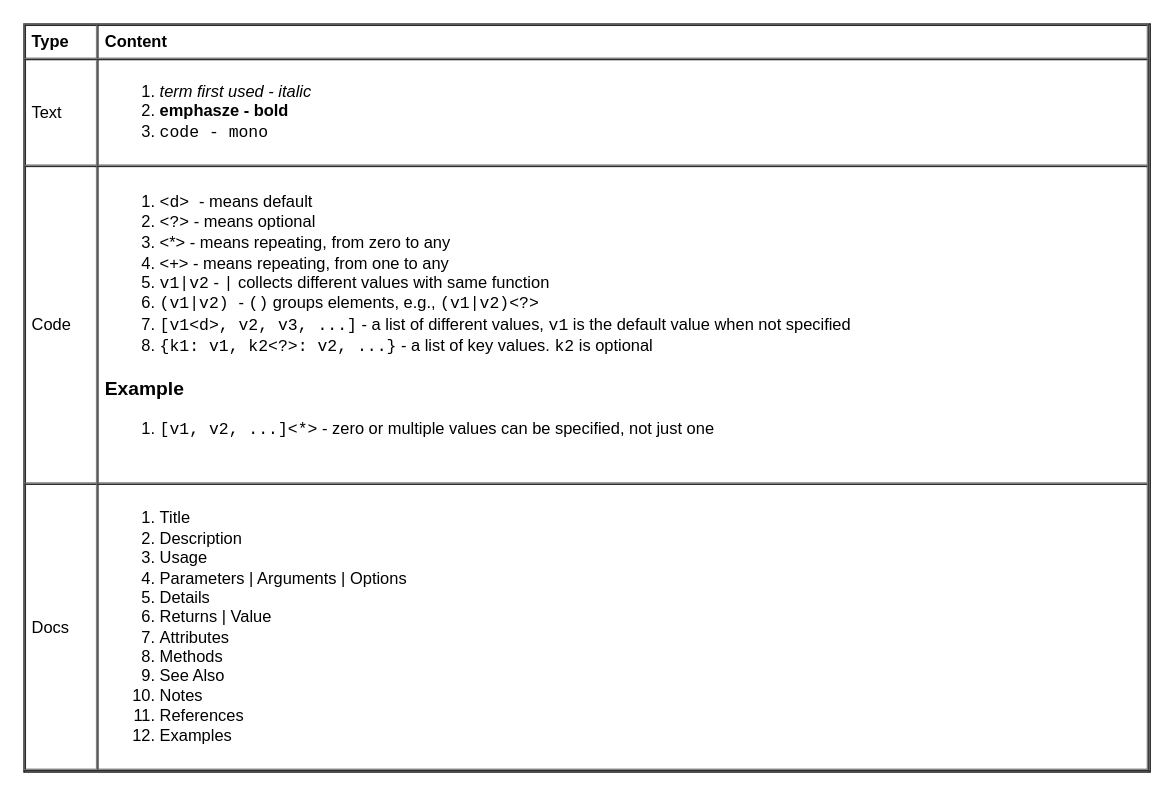
This is page "styling" (2 of 10) of ux/ux.drawio from yangdj/tf_docs, a draw.io file, before an edit. Source tidied: cells renumbered, new cells numbered last; positions are measured from the earlier drawing's top-left corner, leaving out a move shared by most shapes. Both pictures are drawn from the tidied source at 137%, with x=0, y=0 at pixel (23, 23).
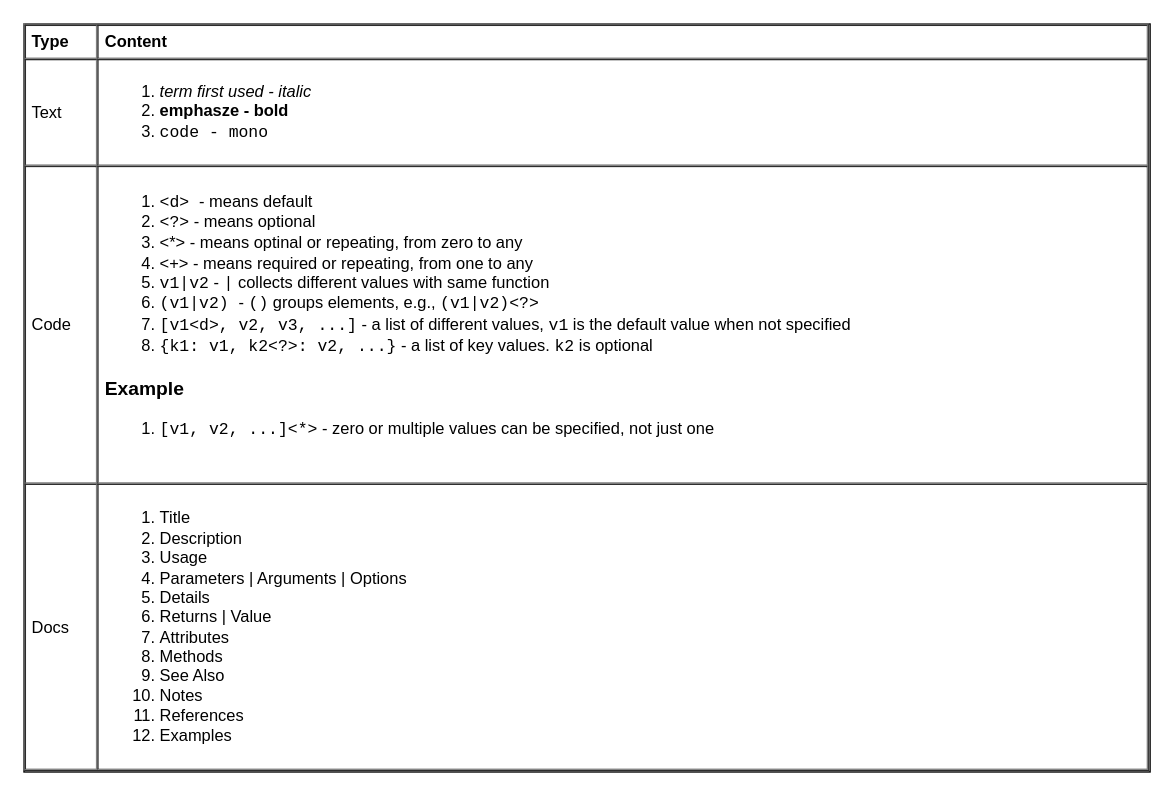
Above is the later version.

What changed in the source:
```diff
@@
 <mxGraphModel>
   <root>
     <mxCell id="0" />
     <mxCell id="1" parent="0" />
-    <mxCell id="2" value="&lt;table cellpadding=&quot;4&quot; cellspacing=&quot;0&quot; border=&quot;1&quot; style=&quot;font-size: 12px ; width: 100% ; height: 100%&quot;&gt;&lt;tbody style=&quot;font-size: 12px&quot;&gt;&lt;tr style=&quot;font-size: 12px&quot;&gt;&lt;th style=&quot;font-size: 12px&quot;&gt;Type&lt;/th&gt;&lt;th style=&quot;font-size: 12px&quot;&gt;Content&lt;/th&gt;&lt;/tr&gt;&lt;tr style=&quot;font-size: 12px&quot;&gt;&lt;td style=&quot;font-size: 12px&quot;&gt;Text&lt;/td&gt;&lt;td style=&quot;font-size: 12px&quot;&gt;&lt;ol style=&quot;font-size: 12px&quot;&gt;&lt;li style=&quot;font-size: 12px&quot;&gt;&lt;i style=&quot;font-size: 12px&quot;&gt;term first used - italic&lt;/i&gt;&lt;/li&gt;&lt;li style=&quot;font-size: 12px&quot;&gt;&lt;b style=&quot;font-size: 12px&quot;&gt;emphasze - bold&lt;/b&gt;&lt;/li&gt;&lt;li&gt;&lt;font face=&quot;Courier New&quot;&gt;code - mono&lt;/font&gt;&lt;/li&gt;&lt;/ol&gt;&lt;/td&gt;&lt;/tr&gt;&lt;tr style=&quot;font-size: 12px&quot;&gt;&lt;td style=&quot;font-size: 12px&quot;&gt;Code&lt;/td&gt;&lt;td style=&quot;font-size: 12px&quot;&gt;&lt;ol style=&quot;font-size: 12px&quot;&gt;&lt;li style=&quot;font-size: 12px&quot;&gt;&lt;font face=&quot;Courier New&quot;&gt;&amp;lt;d&amp;gt; &lt;/font&gt;&lt;span&gt;- means default&lt;/span&gt;&lt;br&gt;&lt;/li&gt;&lt;li&gt;&lt;font face=&quot;Courier New&quot;&gt;&amp;lt;?&amp;gt;&lt;/font&gt;&amp;nbsp;- means optional&lt;/li&gt;&lt;li style=&quot;font-size: 12px&quot;&gt;&lt;font style=&quot;font-size: 12px&quot;&gt;&amp;lt;*&amp;gt; - means repeating, from zero to any&lt;/font&gt;&lt;/li&gt;&lt;li style=&quot;font-size: 12px&quot;&gt;&lt;font style=&quot;font-size: 12px&quot;&gt;&amp;lt;+&amp;gt; - means repeating, from one to any&lt;/font&gt;&lt;/li&gt;&lt;li&gt;&lt;font face=&quot;Courier New&quot;&gt;v1|v2&lt;/font&gt;&lt;span&gt; - &lt;/span&gt;&lt;font face=&quot;Courier New&quot;&gt;|&lt;/font&gt;&lt;span&gt; collects different values with same function&lt;/span&gt;&lt;br&gt;&lt;/li&gt;&lt;li&gt;&lt;font face=&quot;Courier New&quot;&gt;(v1|v2)&amp;nbsp;&lt;/font&gt;-&amp;nbsp;&lt;font face=&quot;Courier New&quot;&gt;()&lt;/font&gt;&amp;nbsp;groups elements, e.g.,&amp;nbsp;&lt;font face=&quot;Courier New&quot;&gt;(v1|v2)&amp;lt;?&amp;gt;&lt;/font&gt;&lt;/li&gt;&lt;li style=&quot;font-size: 12px&quot;&gt;&lt;font face=&quot;Courier New&quot; style=&quot;font-size: 12px&quot;&gt;[v1&amp;lt;d&amp;gt;, v2, v3, ...]&lt;/font&gt; - a list of different values, &lt;font face=&quot;Courier New&quot; style=&quot;font-size: 12px&quot;&gt;v1&lt;/font&gt;&amp;nbsp;is the default value when not specified&lt;/li&gt;&lt;li style=&quot;font-size: 12px&quot;&gt;&lt;font face=&quot;Courier New&quot;&gt;{k1: v1, k2&amp;lt;?&amp;gt;: v2, ...}&lt;/font&gt; - a list of key values. &lt;font face=&quot;Courier New&quot;&gt;k2&lt;/font&gt;&amp;nbsp;is optional&lt;br&gt;&lt;/li&gt;&lt;/ol&gt;&lt;h3&gt;Example&lt;/h3&gt;&lt;div&gt;&lt;ol&gt;&lt;li&gt;&lt;font face=&quot;Courier New&quot;&gt;[v1, v2, ...]&amp;lt;*&amp;gt;&lt;/font&gt;&amp;nbsp;- zero or multiple values can be specified, not just one&lt;/li&gt;&lt;/ol&gt;&lt;/div&gt;&lt;div&gt;&lt;br&gt;&lt;/div&gt;&lt;/td&gt;&lt;/tr&gt;&lt;tr style=&quot;font-size: 12px&quot;&gt;&lt;td style=&quot;font-size: 12px&quot;&gt;Docs&lt;/td&gt;&lt;td style=&quot;font-size: 12px&quot;&gt;&lt;ol style=&quot;font-size: 12px&quot;&gt;&lt;li style=&quot;font-size: 12px&quot;&gt;Title&lt;/li&gt;&lt;li style=&quot;font-size: 12px&quot;&gt;Description&lt;/li&gt;&lt;li style=&quot;font-size: 12px&quot;&gt;Usage&lt;/li&gt;&lt;li style=&quot;font-size: 12px&quot;&gt;Parameters | Arguments | Options&lt;/li&gt;&lt;li style=&quot;font-size: 12px&quot;&gt;Details&lt;/li&gt;&lt;li style=&quot;font-size: 12px&quot;&gt;Returns | Value&lt;/li&gt;&lt;li style=&quot;font-size: 12px&quot;&gt;Attributes&lt;/li&gt;&lt;li style=&quot;font-size: 12px&quot;&gt;Methods&lt;/li&gt;&lt;li style=&quot;font-size: 12px&quot;&gt;See Also&lt;/li&gt;&lt;li style=&quot;font-size: 12px&quot;&gt;Notes&lt;/li&gt;&lt;li style=&quot;font-size: 12px&quot;&gt;References&lt;/li&gt;&lt;li style=&quot;font-size: 12px&quot;&gt;Examples&lt;/li&gt;&lt;/ol&gt;&lt;/td&gt;&lt;/tr&gt;&lt;/tbody&gt;&lt;/table&gt; " style="verticalAlign=top;align=left;overflow=fill;fontSize=12;fontFamily=Helvetica;html=1;fillColor=#ffffff;" parent="1" vertex="1">
+    <mxCell id="2" value="&lt;table cellpadding=&quot;4&quot; cellspacing=&quot;0&quot; border=&quot;1&quot; style=&quot;font-size: 12px ; width: 100% ; height: 100%&quot;&gt;&lt;tbody style=&quot;font-size: 12px&quot;&gt;&lt;tr style=&quot;font-size: 12px&quot;&gt;&lt;th style=&quot;font-size: 12px&quot;&gt;Type&lt;/th&gt;&lt;th style=&quot;font-size: 12px&quot;&gt;Content&lt;/th&gt;&lt;/tr&gt;&lt;tr style=&quot;font-size: 12px&quot;&gt;&lt;td style=&quot;font-size: 12px&quot;&gt;Text&lt;/td&gt;&lt;td style=&quot;font-size: 12px&quot;&gt;&lt;ol style=&quot;font-size: 12px&quot;&gt;&lt;li style=&quot;font-size: 12px&quot;&gt;&lt;i style=&quot;font-size: 12px&quot;&gt;term first used - italic&lt;/i&gt;&lt;/li&gt;&lt;li style=&quot;font-size: 12px&quot;&gt;&lt;b style=&quot;font-size: 12px&quot;&gt;emphasze - bold&lt;/b&gt;&lt;/li&gt;&lt;li&gt;&lt;font face=&quot;Courier New&quot;&gt;code - mono&lt;/font&gt;&lt;/li&gt;&lt;/ol&gt;&lt;/td&gt;&lt;/tr&gt;&lt;tr style=&quot;font-size: 12px&quot;&gt;&lt;td style=&quot;font-size: 12px&quot;&gt;Code&lt;/td&gt;&lt;td style=&quot;font-size: 12px&quot;&gt;&lt;ol style=&quot;font-size: 12px&quot;&gt;&lt;li style=&quot;font-size: 12px&quot;&gt;&lt;font face=&quot;Courier New&quot;&gt;&amp;lt;d&amp;gt; &lt;/font&gt;&lt;span&gt;- means default&lt;/span&gt;&lt;br&gt;&lt;/li&gt;&lt;li&gt;&lt;font face=&quot;Courier New&quot;&gt;&amp;lt;?&amp;gt;&lt;/font&gt;&amp;nbsp;- means optional&lt;/li&gt;&lt;li style=&quot;font-size: 12px&quot;&gt;&lt;font style=&quot;font-size: 12px&quot;&gt;&amp;lt;*&amp;gt; - means optinal or repeating, from zero to any&lt;/font&gt;&lt;/li&gt;&lt;li style=&quot;font-size: 12px&quot;&gt;&lt;font style=&quot;font-size: 12px&quot;&gt;&amp;lt;+&amp;gt; - means required or repeating, from one to any&lt;/font&gt;&lt;/li&gt;&lt;li&gt;&lt;font face=&quot;Courier New&quot;&gt;v1|v2&lt;/font&gt;&lt;span&gt; - &lt;/span&gt;&lt;font face=&quot;Courier New&quot;&gt;|&lt;/font&gt;&lt;span&gt; collects different values with same function&lt;/span&gt;&lt;br&gt;&lt;/li&gt;&lt;li&gt;&lt;font face=&quot;Courier New&quot;&gt;(v1|v2)&amp;nbsp;&lt;/font&gt;-&amp;nbsp;&lt;font face=&quot;Courier New&quot;&gt;()&lt;/font&gt;&amp;nbsp;groups elements, e.g.,&amp;nbsp;&lt;font face=&quot;Courier New&quot;&gt;(v1|v2)&amp;lt;?&amp;gt;&lt;/font&gt;&lt;/li&gt;&lt;li style=&quot;font-size: 12px&quot;&gt;&lt;font face=&quot;Courier New&quot; style=&quot;font-size: 12px&quot;&gt;[v1&amp;lt;d&amp;gt;, v2, v3, ...]&lt;/font&gt; - a list of different values, &lt;font face=&quot;Courier New&quot; style=&quot;font-size: 12px&quot;&gt;v1&lt;/font&gt;&amp;nbsp;is the default value when not specified&lt;/li&gt;&lt;li style=&quot;font-size: 12px&quot;&gt;&lt;font face=&quot;Courier New&quot;&gt;{k1: v1, k2&amp;lt;?&amp;gt;: v2, ...}&lt;/font&gt; - a list of key values. &lt;font face=&quot;Courier New&quot;&gt;k2&lt;/font&gt;&amp;nbsp;is optional&lt;br&gt;&lt;/li&gt;&lt;/ol&gt;&lt;h3&gt;Example&lt;/h3&gt;&lt;div&gt;&lt;ol&gt;&lt;li&gt;&lt;font face=&quot;Courier New&quot;&gt;[v1, v2, ...]&amp;lt;*&amp;gt;&lt;/font&gt;&amp;nbsp;- zero or multiple values can be specified, not just one&lt;/li&gt;&lt;/ol&gt;&lt;/div&gt;&lt;div&gt;&lt;br&gt;&lt;/div&gt;&lt;/td&gt;&lt;/tr&gt;&lt;tr style=&quot;font-size: 12px&quot;&gt;&lt;td style=&quot;font-size: 12px&quot;&gt;Docs&lt;/td&gt;&lt;td style=&quot;font-size: 12px&quot;&gt;&lt;ol style=&quot;font-size: 12px&quot;&gt;&lt;li style=&quot;font-size: 12px&quot;&gt;Title&lt;/li&gt;&lt;li style=&quot;font-size: 12px&quot;&gt;Description&lt;/li&gt;&lt;li style=&quot;font-size: 12px&quot;&gt;Usage&lt;/li&gt;&lt;li style=&quot;font-size: 12px&quot;&gt;Parameters | Arguments | Options&lt;/li&gt;&lt;li style=&quot;font-size: 12px&quot;&gt;Details&lt;/li&gt;&lt;li style=&quot;font-size: 12px&quot;&gt;Returns | Value&lt;/li&gt;&lt;li style=&quot;font-size: 12px&quot;&gt;Attributes&lt;/li&gt;&lt;li style=&quot;font-size: 12px&quot;&gt;Methods&lt;/li&gt;&lt;li style=&quot;font-size: 12px&quot;&gt;See Also&lt;/li&gt;&lt;li style=&quot;font-size: 12px&quot;&gt;Notes&lt;/li&gt;&lt;li style=&quot;font-size: 12px&quot;&gt;References&lt;/li&gt;&lt;li style=&quot;font-size: 12px&quot;&gt;Examples&lt;/li&gt;&lt;/ol&gt;&lt;/td&gt;&lt;/tr&gt;&lt;/tbody&gt;&lt;/table&gt; " style="verticalAlign=top;align=left;overflow=fill;fontSize=12;fontFamily=Helvetica;html=1;fillColor=#ffffff;" parent="1" vertex="1">
       <mxGeometry width="822" height="546" as="geometry" />
     </mxCell>
   </root>
 </mxGraphModel>
```
